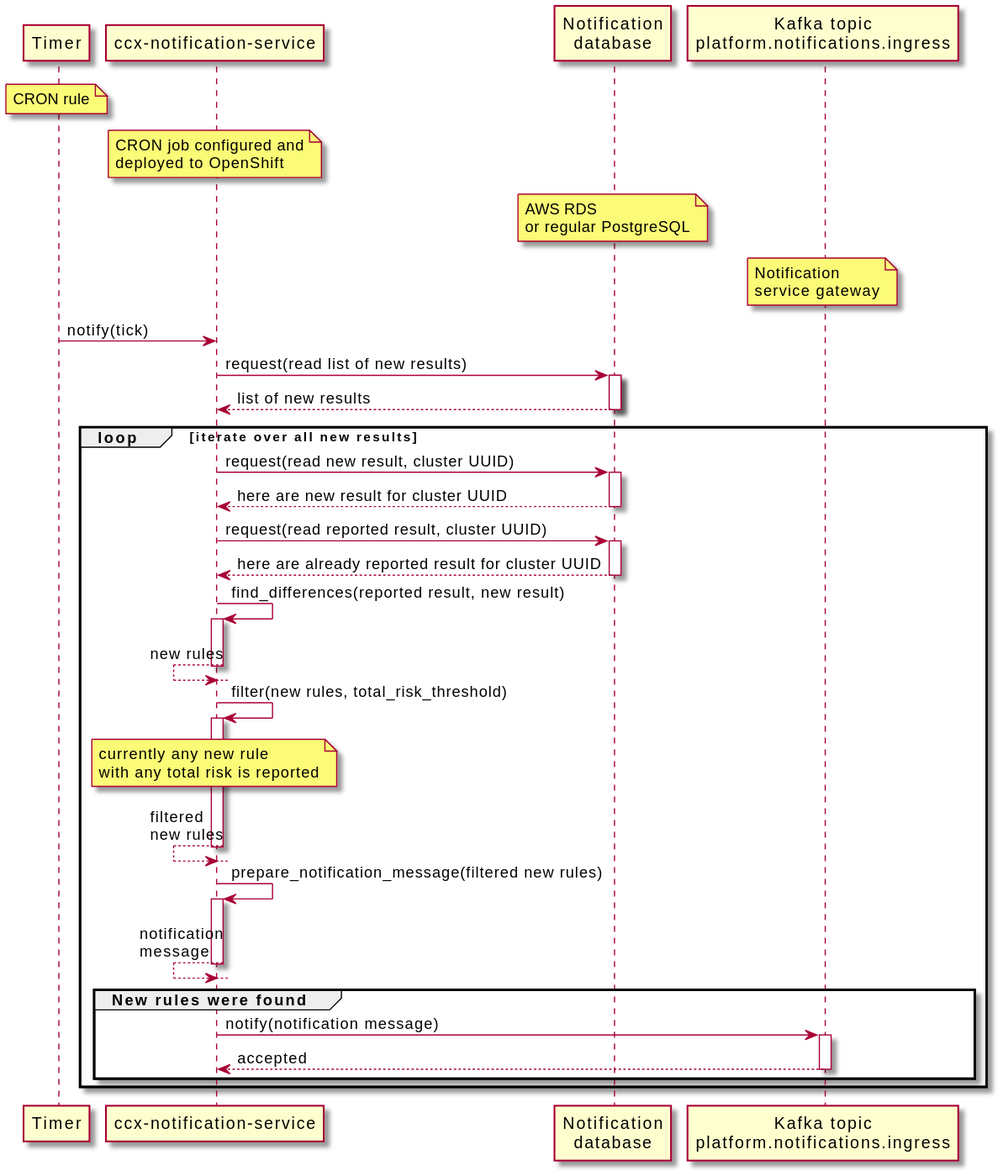
RedHatInsights/ccx-notification-service keeps this PlantUML diagram as docs/instant_reports.svg. Above is the earlier version.
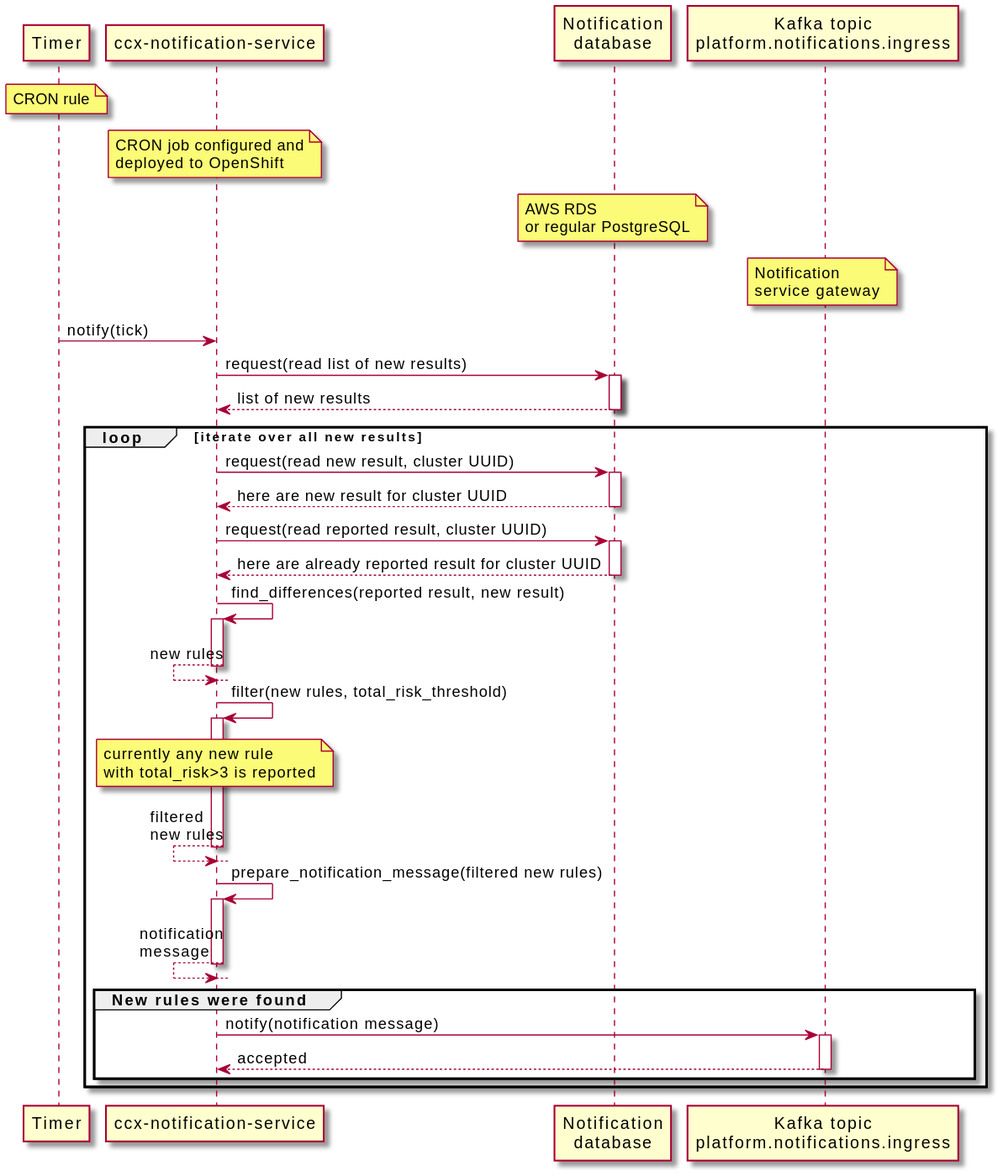
Above is the later version.

Commit message:
Fixed total risk condition

Change to the diagram source:
```diff
@@ -28,7 +28,7 @@
 deactivate "ccx-notification-service"
 "ccx-notification-service" -> "ccx-notification-service" : filter(new rules, total_risk_threshold)
 activate "ccx-notification-service"
-note over "ccx-notification-service" : currently any new rule\nwith any total risk is reported
+note over "ccx-notification-service" : currently any new rule\nwith total_risk>3 is reported
 "ccx-notification-service" <-- "ccx-notification-service": filtered\nnew rules
 deactivate "ccx-notification-service"
 "ccx-notification-service" -> "ccx-notification-service" : prepare_notification_message(filtered new rules)
```
